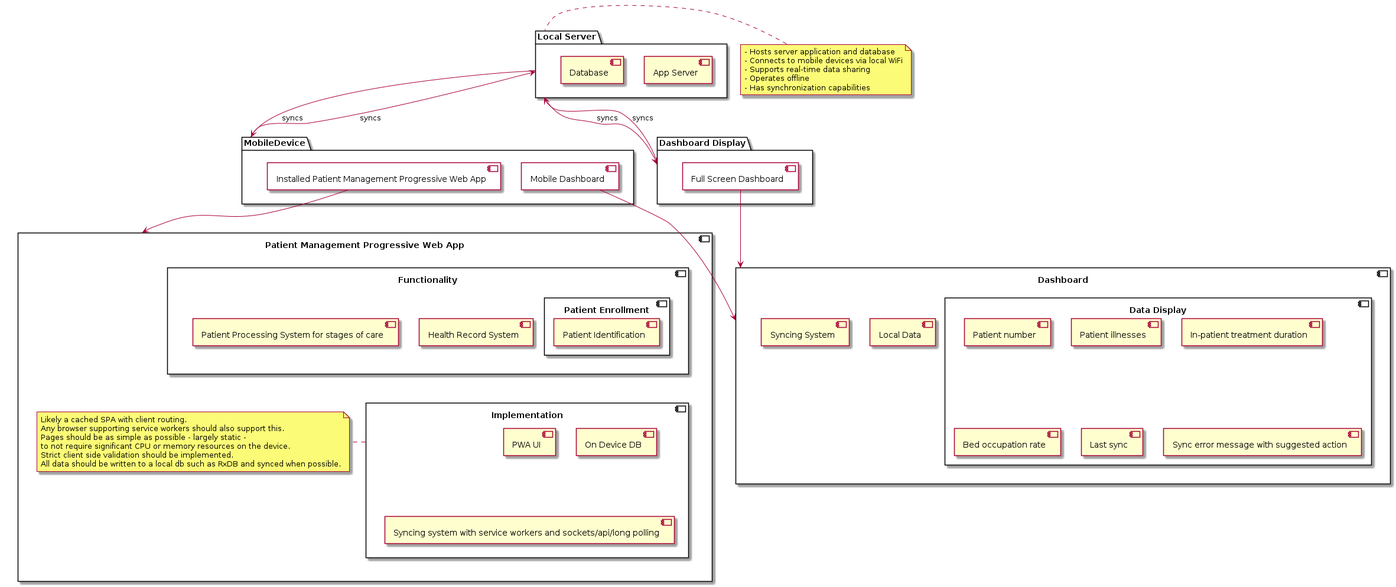
Above: puml/diagrams/constraint-solutions.png in jcbashdown/case-study (PlantUML), before the change. Its source is kept beside it as puml/constraint-solutions.puml.
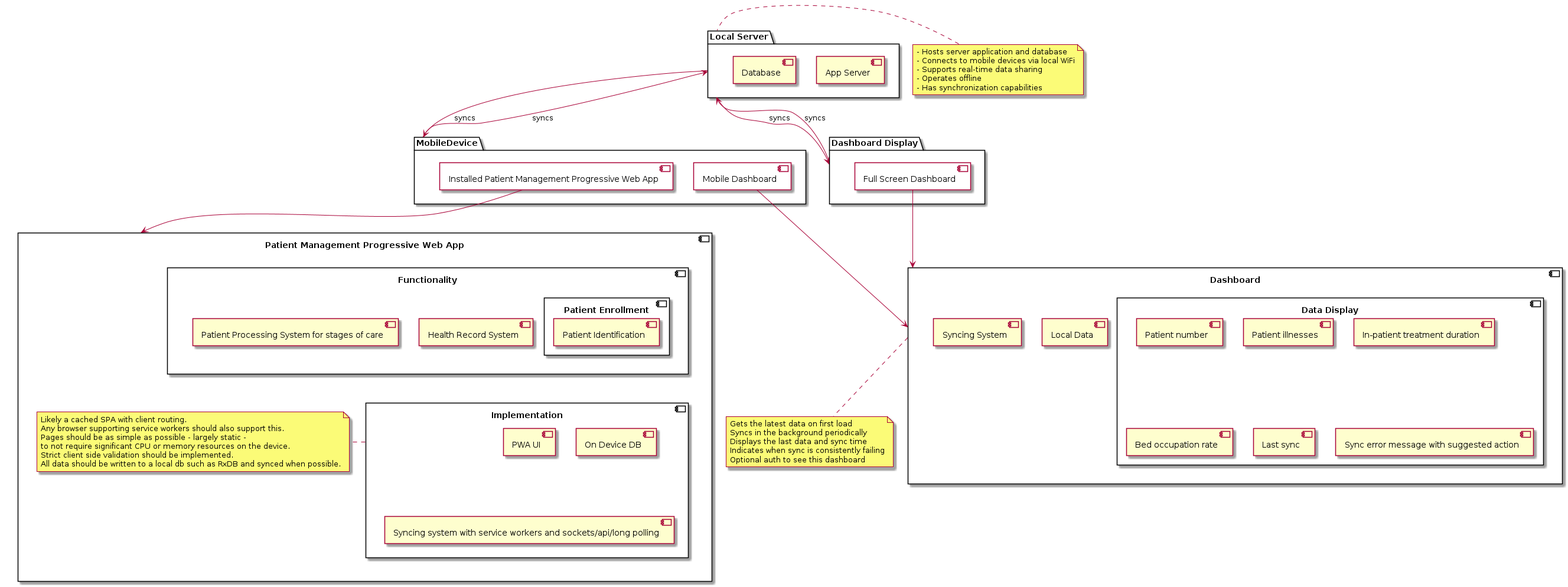
After the change.

Commit message:
Add note on dashboard

Change to the diagram source:
```diff
@@ -71,5 +71,12 @@
   - Has synchronization capabilities
 end note
 
+note bottom of Dashboard
+  Gets the latest data on first load
+  Syncs in the background periodically
+  Displays the last data and sync time
+  Indicates when sync is consistently failing
+  Optional auth to see this dashboard
+end note
 
 @enduml
```
